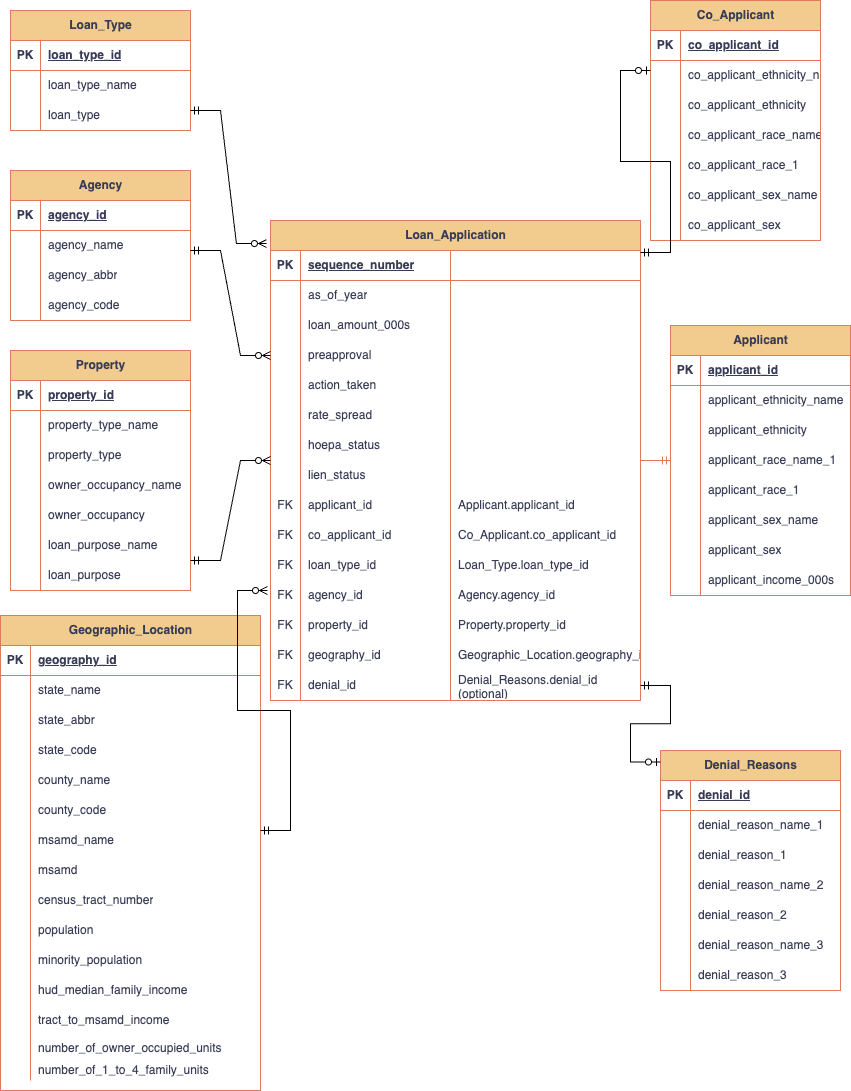
This is Untitled Diagram.drawio.png from nivasharmaa/CS336-Project0-group43, a draw.io export, as it was before one commit. Source tidied: cells renumbered, new cells last; positions are measured from the earlier drawing's top-left corner, leaving out a move shared by most shapes.
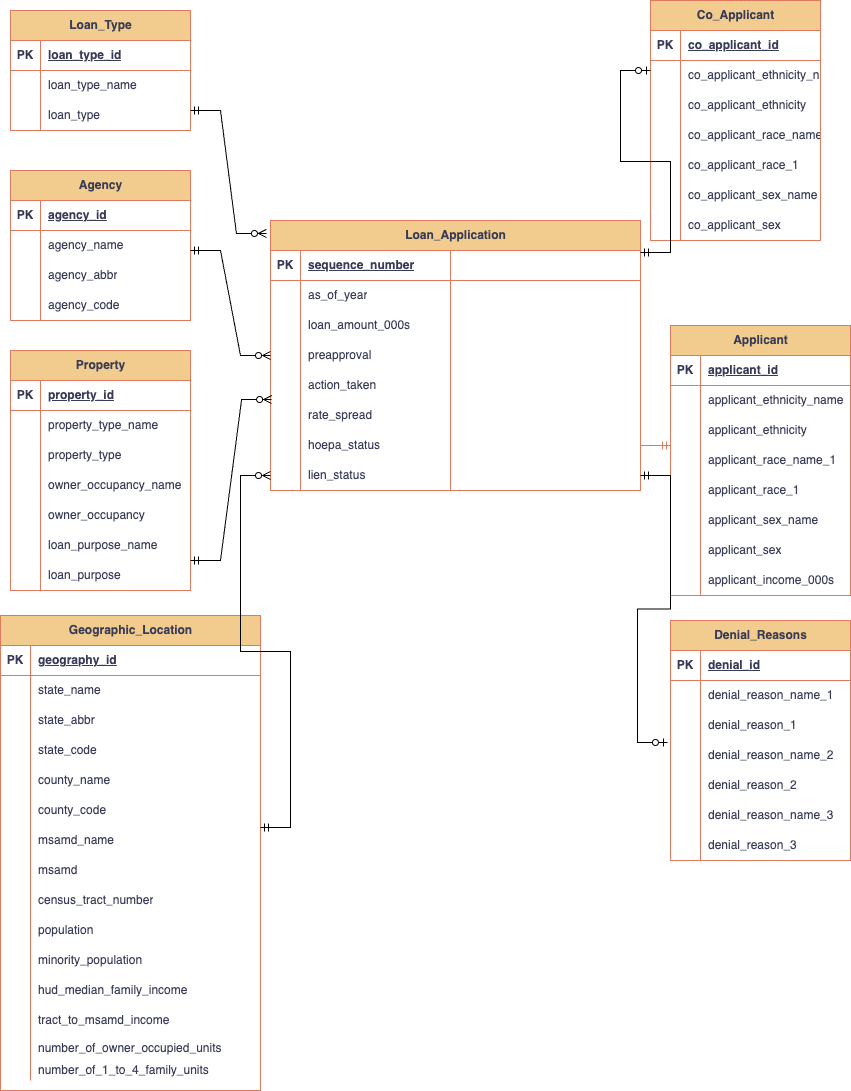
After the commit.

Change to the diagram source:
```diff
@@ -3,7 +3,7 @@
     <mxCell id="0" />
     <mxCell id="1" parent="0" />
     <mxCell id="2" value="Loan&lt;span class=&quot;hljs-emphasis&quot;&gt;_Application&lt;/span&gt;" style="shape=table;startSize=30;rowLines=0;fontStyle=1;align=center;html=1;labelBackgroundColor=none;fillColor=#F2CC8F;strokeColor=#E07A5F;fontColor=#393C56;" parent="1" vertex="1">
-      <mxGeometry x="270" y="220" width="370" height="480" as="geometry" />
+      <mxGeometry x="270" y="220" width="370" height="270" as="geometry" />
     </mxCell>
     <mxCell id="3" style="shape=tableRow;horizontal=0;startSize=0;swimlaneHead=0;swimlaneBody=0;fillColor=none;points=[[0,0.5],[1,0.5]];portConstraint=eastwest;top=0;left=0;right=0;bottom=1;labelBackgroundColor=none;strokeColor=#E07A5F;fontColor=#393C56;" parent="2" vertex="1">
       <mxGeometry y="30" width="370" height="30" as="geometry" />
@@ -101,90 +101,6 @@
     <mxCell id="34" style="shape=partialRectangle;fillColor=none;top=0;left=0;bottom=0;right=0;align=left;spacingLeft=6;overflow=hidden;whiteSpace=wrap;html=1;labelBackgroundColor=none;strokeColor=#E07A5F;fontColor=#393C56;" parent="31" vertex="1">
       <mxGeometry x="180" width="190" height="30" as="geometry" />
     </mxCell>
-    <mxCell id="35" style="shape=tableRow;horizontal=0;startSize=0;swimlaneHead=0;swimlaneBody=0;fillColor=none;top=0;left=0;right=0;bottom=0;labelBackgroundColor=none;strokeColor=#E07A5F;fontColor=#393C56;" parent="2" vertex="1">
-      <mxGeometry y="270" width="370" height="30" as="geometry" />
-    </mxCell>
-    <mxCell id="36" value="FK" style="shape=partialRectangle;fillColor=none;top=0;left=0;bottom=0;right=0;overflow=hidden;whiteSpace=wrap;html=1;labelBackgroundColor=none;strokeColor=#E07A5F;fontColor=#393C56;" parent="35" vertex="1">
-      <mxGeometry width="30" height="30" as="geometry" />
-    </mxCell>
-    <mxCell id="37" value="&lt;meta charset=&quot;utf-8&quot;&gt;applicant&lt;span class=&quot;hljs-emphasis&quot;&gt;_id&lt;/span&gt;" style="shape=partialRectangle;fillColor=none;top=0;left=0;bottom=0;right=0;align=left;spacingLeft=6;overflow=hidden;whiteSpace=wrap;html=1;labelBackgroundColor=none;strokeColor=#E07A5F;fontColor=#393C56;" parent="35" vertex="1">
-      <mxGeometry x="30" width="150" height="30" as="geometry" />
-    </mxCell>
-    <mxCell id="38" value="&lt;meta charset=&quot;utf-8&quot;&gt;&lt;span class=&quot;hljs-emphasis&quot;&gt;Applicant.applicant_&lt;/span&gt;id" style="shape=partialRectangle;fillColor=none;top=0;left=0;bottom=0;right=0;align=left;spacingLeft=6;overflow=hidden;whiteSpace=wrap;html=1;labelBackgroundColor=none;strokeColor=#E07A5F;fontColor=#393C56;" parent="35" vertex="1">
-      <mxGeometry x="180" width="190" height="30" as="geometry" />
-    </mxCell>
-    <mxCell id="39" style="shape=tableRow;horizontal=0;startSize=0;swimlaneHead=0;swimlaneBody=0;fillColor=none;top=0;left=0;right=0;bottom=0;labelBackgroundColor=none;strokeColor=#E07A5F;fontColor=#393C56;" parent="2" vertex="1">
-      <mxGeometry y="300" width="370" height="30" as="geometry" />
-    </mxCell>
-    <mxCell id="40" value="FK" style="shape=partialRectangle;fillColor=none;top=0;left=0;bottom=0;right=0;overflow=hidden;whiteSpace=wrap;html=1;labelBackgroundColor=none;strokeColor=#E07A5F;fontColor=#393C56;" parent="39" vertex="1">
-      <mxGeometry width="30" height="30" as="geometry" />
-    </mxCell>
-    <mxCell id="41" value="&lt;meta charset=&quot;utf-8&quot;&gt;co&lt;span class=&quot;hljs-emphasis&quot;&gt;_applicant_&lt;/span&gt;id" style="shape=partialRectangle;fillColor=none;top=0;left=0;bottom=0;right=0;align=left;spacingLeft=6;overflow=hidden;whiteSpace=wrap;html=1;labelBackgroundColor=none;strokeColor=#E07A5F;fontColor=#393C56;" parent="39" vertex="1">
-      <mxGeometry x="30" width="150" height="30" as="geometry" />
-    </mxCell>
-    <mxCell id="42" value="&lt;meta charset=&quot;utf-8&quot;&gt;Co&lt;span class=&quot;hljs-emphasis&quot;&gt;_Applicant.co_&lt;/span&gt;applicant&lt;span class=&quot;hljs-emphasis&quot;&gt;_id&lt;/span&gt;" style="shape=partialRectangle;fillColor=none;top=0;left=0;bottom=0;right=0;align=left;spacingLeft=6;overflow=hidden;whiteSpace=wrap;html=1;labelBackgroundColor=none;strokeColor=#E07A5F;fontColor=#393C56;" parent="39" vertex="1">
-      <mxGeometry x="180" width="190" height="30" as="geometry" />
-    </mxCell>
-    <mxCell id="43" style="shape=tableRow;horizontal=0;startSize=0;swimlaneHead=0;swimlaneBody=0;fillColor=none;top=0;left=0;right=0;bottom=0;labelBackgroundColor=none;strokeColor=#E07A5F;fontColor=#393C56;" parent="2" vertex="1">
-      <mxGeometry y="330" width="370" height="30" as="geometry" />
-    </mxCell>
-    <mxCell id="44" value="FK" style="shape=partialRectangle;fillColor=none;top=0;left=0;bottom=0;right=0;overflow=hidden;whiteSpace=wrap;html=1;labelBackgroundColor=none;strokeColor=#E07A5F;fontColor=#393C56;" parent="43" vertex="1">
-      <mxGeometry width="30" height="30" as="geometry" />
-    </mxCell>
-    <mxCell id="45" value="&lt;meta charset=&quot;utf-8&quot;&gt;&lt;span class=&quot;hljs-emphasis&quot;&gt;loan_&lt;/span&gt;type&lt;span class=&quot;hljs-emphasis&quot;&gt;_id&lt;/span&gt;" style="shape=partialRectangle;fillColor=none;top=0;left=0;bottom=0;right=0;align=left;spacingLeft=6;overflow=hidden;whiteSpace=wrap;html=1;labelBackgroundColor=none;strokeColor=#E07A5F;fontColor=#393C56;" parent="43" vertex="1">
-      <mxGeometry x="30" width="150" height="30" as="geometry" />
-    </mxCell>
-    <mxCell id="46" value="&lt;meta charset=&quot;utf-8&quot;&gt;&lt;span class=&quot;hljs-emphasis&quot;&gt;Loan_&lt;/span&gt;Type.loan&lt;span class=&quot;hljs-emphasis&quot;&gt;_type_&lt;/span&gt;id" style="shape=partialRectangle;fillColor=none;top=0;left=0;bottom=0;right=0;align=left;spacingLeft=6;overflow=hidden;whiteSpace=wrap;html=1;labelBackgroundColor=none;strokeColor=#E07A5F;fontColor=#393C56;" parent="43" vertex="1">
-      <mxGeometry x="180" width="190" height="30" as="geometry" />
-    </mxCell>
-    <mxCell id="47" style="shape=tableRow;horizontal=0;startSize=0;swimlaneHead=0;swimlaneBody=0;fillColor=none;top=0;left=0;right=0;bottom=0;labelBackgroundColor=none;strokeColor=#E07A5F;fontColor=#393C56;" parent="2" vertex="1">
-      <mxGeometry y="360" width="370" height="30" as="geometry" />
-    </mxCell>
-    <mxCell id="48" value="FK" style="shape=partialRectangle;fillColor=none;top=0;left=0;bottom=0;right=0;overflow=hidden;whiteSpace=wrap;html=1;labelBackgroundColor=none;strokeColor=#E07A5F;fontColor=#393C56;" parent="47" vertex="1">
-      <mxGeometry width="30" height="30" as="geometry" />
-    </mxCell>
-    <mxCell id="49" value="&lt;meta charset=&quot;utf-8&quot;&gt;agency&lt;span class=&quot;hljs-emphasis&quot;&gt;_id&lt;/span&gt;" style="shape=partialRectangle;fillColor=none;top=0;left=0;bottom=0;right=0;align=left;spacingLeft=6;overflow=hidden;whiteSpace=wrap;html=1;labelBackgroundColor=none;strokeColor=#E07A5F;fontColor=#393C56;" parent="47" vertex="1">
-      <mxGeometry x="30" width="150" height="30" as="geometry" />
-    </mxCell>
-    <mxCell id="50" value="&lt;meta charset=&quot;utf-8&quot;&gt;&lt;span class=&quot;hljs-emphasis&quot;&gt;Agency.agency_&lt;/span&gt;id" style="shape=partialRectangle;fillColor=none;top=0;left=0;bottom=0;right=0;align=left;spacingLeft=6;overflow=hidden;whiteSpace=wrap;html=1;labelBackgroundColor=none;strokeColor=#E07A5F;fontColor=#393C56;" parent="47" vertex="1">
-      <mxGeometry x="180" width="190" height="30" as="geometry" />
-    </mxCell>
-    <mxCell id="51" style="shape=tableRow;horizontal=0;startSize=0;swimlaneHead=0;swimlaneBody=0;fillColor=none;top=0;left=0;right=0;bottom=0;labelBackgroundColor=none;strokeColor=#E07A5F;fontColor=#393C56;" parent="2" vertex="1">
-      <mxGeometry y="390" width="370" height="30" as="geometry" />
-    </mxCell>
-    <mxCell id="52" value="FK" style="shape=partialRectangle;fillColor=none;top=0;left=0;bottom=0;right=0;overflow=hidden;whiteSpace=wrap;html=1;labelBackgroundColor=none;strokeColor=#E07A5F;fontColor=#393C56;" parent="51" vertex="1">
-      <mxGeometry width="30" height="30" as="geometry" />
-    </mxCell>
-    <mxCell id="53" value="&lt;meta charset=&quot;utf-8&quot;&gt;property&lt;span class=&quot;hljs-emphasis&quot;&gt;_id&lt;/span&gt;" style="shape=partialRectangle;fillColor=none;top=0;left=0;bottom=0;right=0;align=left;spacingLeft=6;overflow=hidden;whiteSpace=wrap;html=1;labelBackgroundColor=none;strokeColor=#E07A5F;fontColor=#393C56;" parent="51" vertex="1">
-      <mxGeometry x="30" width="150" height="30" as="geometry" />
-    </mxCell>
-    <mxCell id="54" value="&lt;meta charset=&quot;utf-8&quot;&gt;&lt;span class=&quot;hljs-emphasis&quot;&gt;Property.property_&lt;/span&gt;id" style="shape=partialRectangle;fillColor=none;top=0;left=0;bottom=0;right=0;align=left;spacingLeft=6;overflow=hidden;whiteSpace=wrap;html=1;labelBackgroundColor=none;strokeColor=#E07A5F;fontColor=#393C56;" parent="51" vertex="1">
-      <mxGeometry x="180" width="190" height="30" as="geometry" />
-    </mxCell>
-    <mxCell id="55" style="shape=tableRow;horizontal=0;startSize=0;swimlaneHead=0;swimlaneBody=0;fillColor=none;top=0;left=0;right=0;bottom=0;labelBackgroundColor=none;strokeColor=#E07A5F;fontColor=#393C56;" parent="2" vertex="1">
-      <mxGeometry y="420" width="370" height="30" as="geometry" />
-    </mxCell>
-    <mxCell id="56" value="FK" style="shape=partialRectangle;fillColor=none;top=0;left=0;bottom=0;right=0;overflow=hidden;whiteSpace=wrap;html=1;labelBackgroundColor=none;strokeColor=#E07A5F;fontColor=#393C56;" parent="55" vertex="1">
-      <mxGeometry width="30" height="30" as="geometry" />
-    </mxCell>
-    <mxCell id="57" value="&lt;meta charset=&quot;utf-8&quot;&gt;geography&lt;span class=&quot;hljs-emphasis&quot;&gt;_id&lt;/span&gt;" style="shape=partialRectangle;fillColor=none;top=0;left=0;bottom=0;right=0;align=left;spacingLeft=6;overflow=hidden;whiteSpace=wrap;html=1;labelBackgroundColor=none;strokeColor=#E07A5F;fontColor=#393C56;" parent="55" vertex="1">
-      <mxGeometry x="30" width="150" height="30" as="geometry" />
-    </mxCell>
-    <mxCell id="58" value="&lt;meta charset=&quot;utf-8&quot;&gt;&lt;span class=&quot;hljs-emphasis&quot;&gt;Geographic_&lt;/span&gt;Location.geography&lt;span class=&quot;hljs-emphasis&quot;&gt;_id&lt;/span&gt;" style="shape=partialRectangle;fillColor=none;top=0;left=0;bottom=0;right=0;align=left;spacingLeft=6;overflow=hidden;whiteSpace=wrap;html=1;labelBackgroundColor=none;strokeColor=#E07A5F;fontColor=#393C56;" parent="55" vertex="1">
-      <mxGeometry x="180" width="190" height="30" as="geometry" />
-    </mxCell>
-    <mxCell id="59" style="shape=tableRow;horizontal=0;startSize=0;swimlaneHead=0;swimlaneBody=0;fillColor=none;points=[[0,0.5],[1,0.5]];portConstraint=eastwest;top=0;left=0;right=0;bottom=0;labelBackgroundColor=none;strokeColor=#E07A5F;fontColor=#393C56;" parent="2" vertex="1">
-      <mxGeometry y="450" width="370" height="30" as="geometry" />
-    </mxCell>
-    <mxCell id="60" value="FK" style="shape=partialRectangle;fillColor=none;top=0;left=0;bottom=0;right=0;overflow=hidden;whiteSpace=wrap;html=1;labelBackgroundColor=none;strokeColor=#E07A5F;fontColor=#393C56;" parent="59" vertex="1">
-      <mxGeometry width="30" height="30" as="geometry" />
-    </mxCell>
-    <mxCell id="61" value="&lt;meta charset=&quot;utf-8&quot;&gt;&lt;span class=&quot;hljs-emphasis&quot;&gt;denial_&lt;/span&gt;id" style="shape=partialRectangle;fillColor=none;top=0;left=0;bottom=0;right=0;align=left;spacingLeft=6;overflow=hidden;whiteSpace=wrap;html=1;labelBackgroundColor=none;strokeColor=#E07A5F;fontColor=#393C56;" parent="59" vertex="1">
-      <mxGeometry x="30" width="150" height="30" as="geometry" />
-    </mxCell>
-    <mxCell id="62" value="&lt;meta charset=&quot;utf-8&quot;&gt;Denial&lt;span class=&quot;hljs-emphasis&quot;&gt;_Reasons.denial_&lt;/span&gt;id (optional)" style="shape=partialRectangle;fillColor=none;top=0;left=0;bottom=0;right=0;align=left;spacingLeft=6;overflow=hidden;whiteSpace=wrap;html=1;labelBackgroundColor=none;strokeColor=#E07A5F;fontColor=#393C56;" parent="59" vertex="1">
-      <mxGeometry x="180" width="190" height="30" as="geometry" />
-    </mxCell>
     <mxCell id="63" value="Applicant" style="shape=table;startSize=30;rowLines=0;fontStyle=1;align=center;html=1;labelBackgroundColor=none;fillColor=#F2CC8F;strokeColor=#E07A5F;fontColor=#393C56;" parent="1" vertex="1">
       <mxGeometry x="670" y="325" width="180" height="270" as="geometry" />
     </mxCell>
@@ -600,7 +516,7 @@
       <mxGeometry x="30" width="230" height="20" as="geometry" />
     </mxCell>
     <mxCell id="201" value="Denial&lt;span class=&quot;hljs-emphasis&quot;&gt;_Reasons&lt;/span&gt;" style="shape=table;startSize=30;rowLines=0;fontStyle=1;align=center;html=1;labelBackgroundColor=none;fillColor=#F2CC8F;strokeColor=#E07A5F;fontColor=#393C56;" parent="1" vertex="1">
-      <mxGeometry x="660" y="750" width="180" height="240" as="geometry" />
+      <mxGeometry x="670" y="620" width="180" height="240" as="geometry" />
     </mxCell>
     <mxCell id="202" style="shape=tableRow;horizontal=0;startSize=0;swimlaneHead=0;swimlaneBody=0;fillColor=none;top=0;left=0;right=0;bottom=1;labelBackgroundColor=none;strokeColor=#E07A5F;fontColor=#393C56;" parent="201" vertex="1">
       <mxGeometry y="30" width="180" height="30" as="geometry" />
@@ -665,23 +581,19 @@
     <mxCell id="222" value="&lt;meta charset=&quot;utf-8&quot;&gt;&lt;span class=&quot;hljs-emphasis&quot;&gt;denial_&lt;/span&gt;reason&lt;span class=&quot;hljs-emphasis&quot;&gt;_3&lt;/span&gt;" style="shape=partialRectangle;fillColor=none;top=0;left=0;bottom=0;right=0;align=left;spacingLeft=6;overflow=hidden;whiteSpace=wrap;html=1;labelBackgroundColor=none;strokeColor=#E07A5F;fontColor=#393C56;" parent="220" vertex="1">
       <mxGeometry x="30" width="150" height="30" as="geometry" />
     </mxCell>
-    <mxCell id="223" style="edgeStyle=entityRelationEdgeStyle;fontSize=12;html=1;endArrow=ERmandOne;rounded=0;exitX=1;exitY=0.5;exitDx=0;exitDy=0;entryX=0;entryY=0.5;entryDx=0;entryDy=0;labelBackgroundColor=none;fontColor=default;strokeColor=#E07A5F;" parent="1" edge="1" source="2" target="63">
-      <mxGeometry relative="1" as="geometry" />
-    </mxCell>
     <mxCell id="224" style="edgeStyle=entityRelationEdgeStyle;fontSize=12;html=1;endArrow=ERzeroToOne;startArrow=ERmandOne;rounded=0;exitX=1;exitY=0.067;exitDx=0;exitDy=0;exitPerimeter=0;" parent="1" edge="1" source="3">
       <mxGeometry relative="1" as="geometry">
         <mxPoint x="650" y="70" as="targetPoint" />
       </mxGeometry>
     </mxCell>
-    <mxCell id="225" style="edgeStyle=entityRelationEdgeStyle;fontSize=12;html=1;endArrow=ERzeroToOne;startArrow=ERmandOne;rounded=0;exitX=1;exitY=0.5;exitDx=0;exitDy=0;" parent="1" edge="1" source="59">
+    <mxCell id="225" style="edgeStyle=entityRelationEdgeStyle;fontSize=12;html=1;endArrow=ERzeroToOne;startArrow=ERmandOne;rounded=0;exitX=1;exitY=0.5;exitDx=0;exitDy=0;" parent="1" edge="1" source="x">
       <mxGeometry relative="1" as="geometry">
         <mxPoint x="660" y="761.5" as="targetPoint" />
       </mxGeometry>
     </mxCell>
-    <mxCell id="226" style="edgeStyle=entityRelationEdgeStyle;fontSize=12;html=1;endArrow=ERzeroToMany;startArrow=ERmandOne;rounded=0;" parent="1" edge="1">
+    <mxCell id="226" style="edgeStyle=entityRelationEdgeStyle;fontSize=12;html=1;endArrow=ERzeroToMany;startArrow=ERmandOne;rounded=0;entryX=0.003;entryY=-0.033;entryDx=0;entryDy=0;entryPerimeter=0;" parent="1" edge="1" target="23">
       <mxGeometry relative="1" as="geometry">
         <mxPoint x="190" y="560" as="sourcePoint" />
-        <mxPoint x="270" y="460" as="targetPoint" />
       </mxGeometry>
     </mxCell>
     <mxCell id="227" style="edgeStyle=entityRelationEdgeStyle;fontSize=12;html=1;endArrow=ERzeroToMany;startArrow=ERmandOne;rounded=0;entryX=0;entryY=0.5;entryDx=0;entryDy=0;" parent="1" edge="1" target="15">
@@ -694,11 +606,22 @@
         <mxPoint x="190" y="110" as="sourcePoint" />
       </mxGeometry>
     </mxCell>
-    <mxCell id="229" style="edgeStyle=entityRelationEdgeStyle;fontSize=12;html=1;endArrow=ERzeroToMany;startArrow=ERmandOne;rounded=0;" parent="1" edge="1">
+    <mxCell id="229" style="edgeStyle=entityRelationEdgeStyle;fontSize=12;html=1;endArrow=ERzeroToMany;startArrow=ERmandOne;rounded=0;exitX=1;exitY=0.067;exitDx=0;exitDy=0;exitPerimeter=0;entryX=0;entryY=0.5;entryDx=0;entryDy=0;" parent="1" edge="1" source="174" target="31">
       <mxGeometry relative="1" as="geometry">
-        <mxPoint x="260" y="830" as="sourcePoint" />
-        <mxPoint x="267" y="590" as="targetPoint" />
+        <Array as="points">
+          <mxPoint x="250" y="590" />
+          <mxPoint x="300" y="659" />
+          <mxPoint x="300" y="580" />
+        </Array>
       </mxGeometry>
     </mxCell>
+    <mxCell id="230" style="edgeStyle=entityRelationEdgeStyle;fontSize=12;html=1;endArrow=ERmandOne;rounded=0;exitX=1;exitY=0.5;exitDx=0;exitDy=0;labelBackgroundColor=none;fontColor=default;strokeColor=#E07A5F;" parent="1" edge="1" source="27">
+      <mxGeometry relative="1" as="geometry">
+        <mxPoint x="670" y="445" as="targetPoint" />
+      </mxGeometry>
+    </mxCell>
+    <mxCell id="231" style="edgeStyle=entityRelationEdgeStyle;fontSize=12;html=1;endArrow=ERzeroToOne;startArrow=ERmandOne;rounded=0;exitX=1;exitY=0.5;exitDx=0;exitDy=0;entryX=-0.017;entryY=0.067;entryDx=0;entryDy=0;entryPerimeter=0;" parent="1" edge="1" source="31" target="211">
+      <mxGeometry relative="1" as="geometry" />
+    </mxCell>
   </root>
 </mxGraphModel>
```
